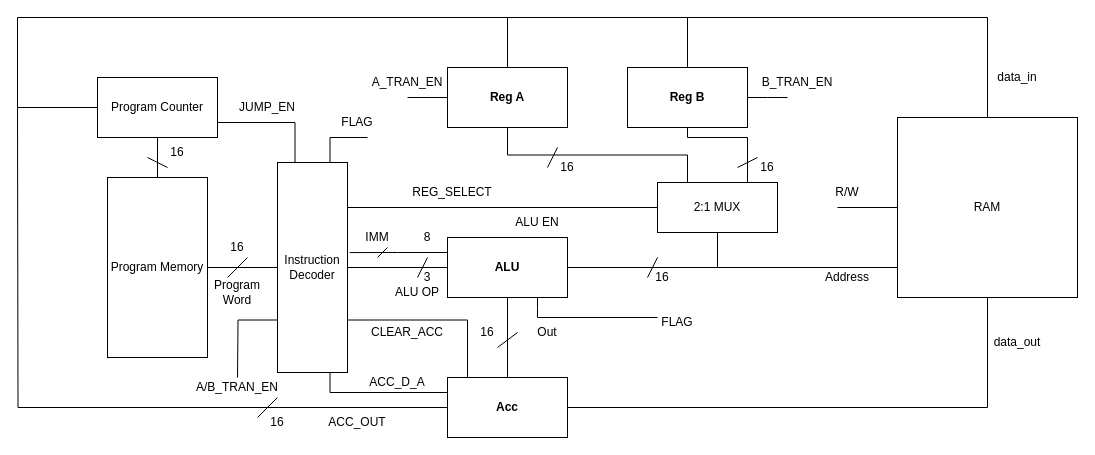
Before: diagrams/trashCPU.drawio in OceanOSdev/trashCPU, a draw.io diagram. Source tidied: cells renumbered, new cells numbered last; positions are measured from the earlier drawing's top-left corner, leaving out a move shared by most shapes. Both pictures are drawn from the tidied source at 100%, with x=0, y=0 at pixel (17, 17).
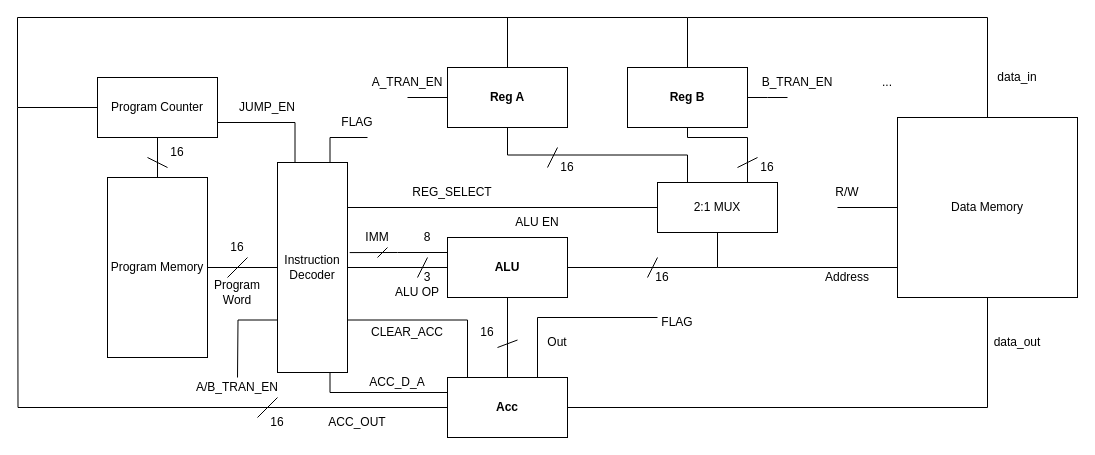
After the change.

The change refers to these unchanged cells:
```xml
<mxCell id="12" value="Acc" style="rounded=0;whiteSpace=wrap;html=1;fontStyle=1;" parent="1" vertex="1">
  <mxGeometry x="430" y="360" width="120" height="60" as="geometry" />
</mxCell>
<mxCell id="16" value="ALU" style="rounded=0;whiteSpace=wrap;html=1;fontStyle=1;" parent="1" vertex="1">
  <mxGeometry x="430" y="220" width="120" height="60" as="geometry" />
</mxCell>
<mxCell id="19" value="16" style="text;html=1;strokeColor=none;fillColor=none;align=center;verticalAlign=middle;whiteSpace=wrap;rounded=0;" parent="1" vertex="1">
  <mxGeometry x="440" y="300" width="60" height="30" as="geometry" />
</mxCell>
```

What changed in the source:
```diff
@@
     <mxCell id="17" value="Out" style="text;html=1;strokeColor=none;fillColor=none;align=center;verticalAlign=middle;whiteSpace=wrap;rounded=0;" parent="1" vertex="1">
-      <mxGeometry x="500" y="300" width="60" height="30" as="geometry" />
+      <mxGeometry x="510" y="310" width="60" height="30" as="geometry" />
     </mxCell>
-    <mxCell id="18" style="endArrow=none;html=1;rounded=0;exitX=0;exitY=0.5;exitDx=0;exitDy=0;" parent="1" edge="1" source="17">
+    <mxCell id="18" style="endArrow=none;html=1;rounded=0;exitX=1;exitY=0.75;exitDx=0;exitDy=0;" parent="1" edge="1" source="19">
       <mxGeometry relative="1" as="geometry">
         <mxPoint x="480" y="330" as="targetPoint" />
       </mxGeometry>
     </mxCell>
@@
-    <mxCell id="42" style="endArrow=none;html=1;rounded=0;exitX=0.75;exitY=1;exitDx=0;exitDy=0;" parent="1" edge="1" source="16">
+    <mxCell id="42" style="endArrow=none;html=1;rounded=0;exitX=0.75;exitY=0;exitDx=0;exitDy=0;" parent="1" edge="1" source="12">
       <mxGeometry relative="1" as="geometry">
         <mxPoint x="640" y="300" as="targetPoint" />
         <Array as="points">
-          <mxPoint x="520" y="290" />
           <mxPoint x="520" y="300" />
         </Array>
       </mxGeometry>
     </mxCell>
@@
-    <mxCell id="65" value="RAM" style="whiteSpace=wrap;html=1;" parent="1" vertex="1">
+    <mxCell id="65" value="Data Memory" style="whiteSpace=wrap;html=1;" parent="1" vertex="1">
       <mxGeometry x="880" y="100" width="180" height="180" as="geometry" />
     </mxCell>
@@
+    <mxCell id="77" value="..." style="text;html=1;strokeColor=none;fillColor=none;align=center;verticalAlign=middle;whiteSpace=wrap;rounded=0;" parent="1" vertex="1">
+      <mxGeometry x="840" y="50" width="60" height="30" as="geometry" />
+    </mxCell>
```
